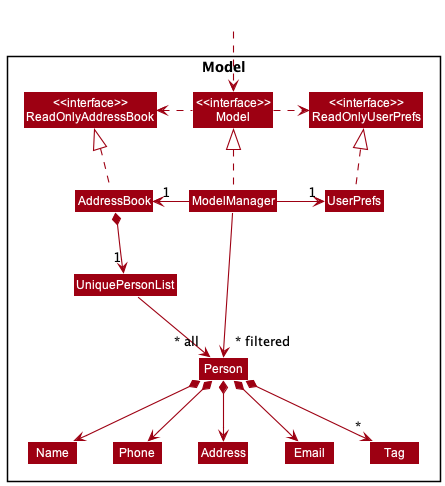
Before: docs/images/ModelClassDiagram.png, a diagram exported from PlantUML (nus-cs2103-AY2223S2/tp).
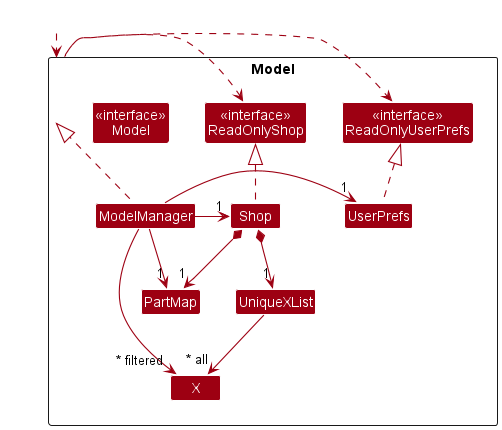
After the commit.

The edit, as a diff of the source:
```diff
@@ -5,46 +5,35 @@
 skinparam classBackgroundColor MODEL_COLOR
 
 Package Model <<Rectangle>>{
-Class "<<interface>>\nReadOnlyAddressBook" as ReadOnlyAddressBook
+Class "<<interface>>\nReadOnlyShop" as ReadOnlyShop
 Class "<<interface>>\nReadOnlyUserPrefs" as ReadOnlyUserPrefs
 Class "<<interface>>\nModel" as Model
-Class AddressBook
+Class Shop
 Class ModelManager
 Class UserPrefs
 
-Class UniquePersonList
-Class Person
-Class Address
-Class Email
-Class Name
-Class Phone
-Class Tag
-
+Class UniqueXList
+Class X
+Class PartMap
 }
 
 Class HiddenOutside #FFFFFF
 HiddenOutside ..> Model
 
-AddressBook .up.|> ReadOnlyAddressBook
+Shop .up.|> ReadOnlyShop
 
 ModelManager .up.|> Model
 Model .right.> ReadOnlyUserPrefs
-Model .left.> ReadOnlyAddressBook
-ModelManager -left-> "1" AddressBook
+Model .left.> ReadOnlyShop
+ModelManager -left-> "1" Shop
 ModelManager -right-> "1" UserPrefs
 UserPrefs .up.|> ReadOnlyUserPrefs
 
-AddressBook *--> "1" UniquePersonList
-UniquePersonList --> "~* all" Person
-Person *--> Name
-Person *--> Phone
-Person *--> Email
-Person *--> Address
-Person *--> "*" Tag
+Shop *--> "1" UniqueXList
+UniqueXList --> "~* all" X
+ModelManager -->"~* filtered" X
 
-Name -[hidden]right-> Phone
-Phone -[hidden]right-> Address
-Address -[hidden]right-> Email
+Shop *--> "1" PartMap
+ModelManager -->"1" PartMap
 
-ModelManager -->"~* filtered" Person
 @enduml
```
